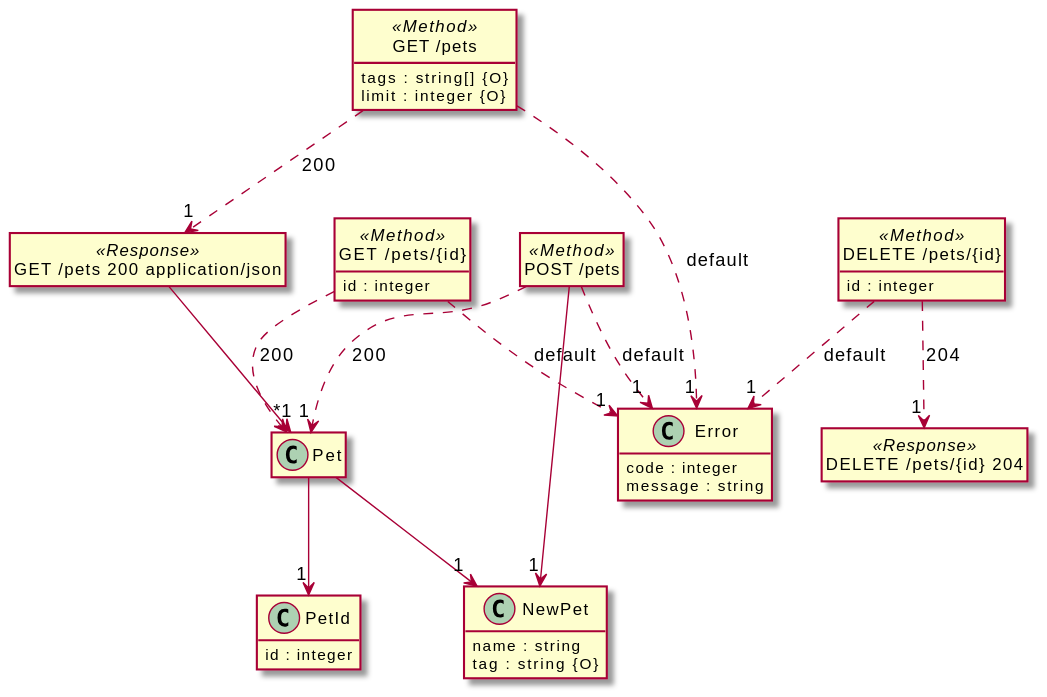
Before: src/docs/tests/petstore-expanded.puml.svg, a diagram exported from PlantUML (davidmoten/openapi-to-plantuml).
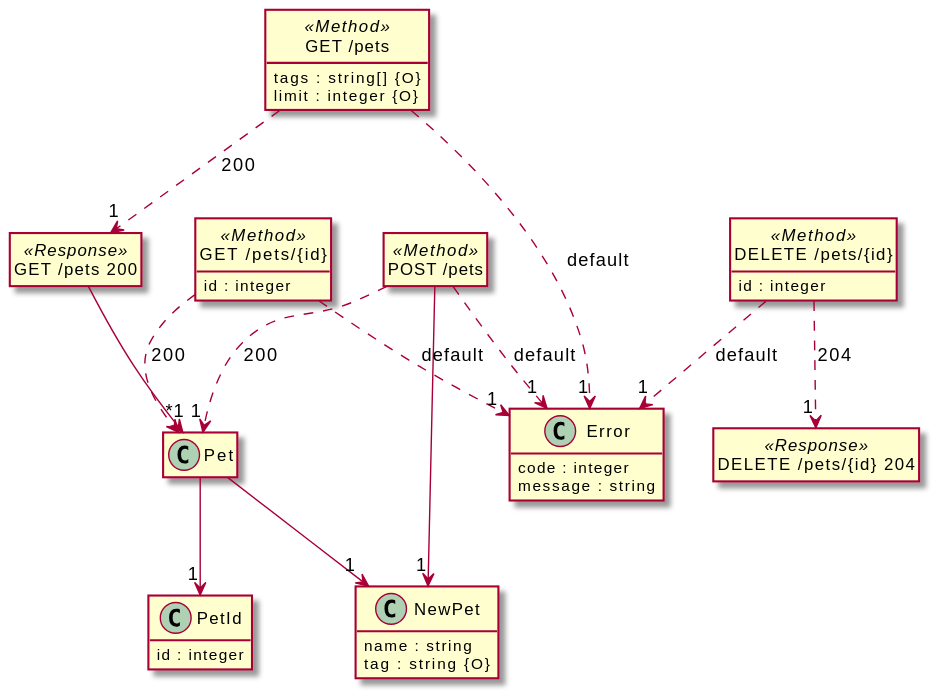
The same file after the commit.

The edit, as a diff of the source:
```diff
@@ -28,7 +28,7 @@
   limit : integer {O}
 }
 
-class "GET /pets 200 application/json" <<Response>> {
+class "GET /pets 200" <<Response>> {
 }
 
 class "POST /pets" <<Method>> {
@@ -49,9 +49,9 @@
 
 "Pet" --> "1" "PetId"
 
-"GET /pets 200 application/json" --> "*" "Pet"
+"GET /pets 200" --> "*" "Pet"
 
-"GET /pets" ..> "1" "GET /pets 200 application/json"  :  "200"
+"GET /pets" ..> "1" "GET /pets 200"  :  "200"
 
 "GET /pets" ..> "1" "Error"  :  "default"
 
```
